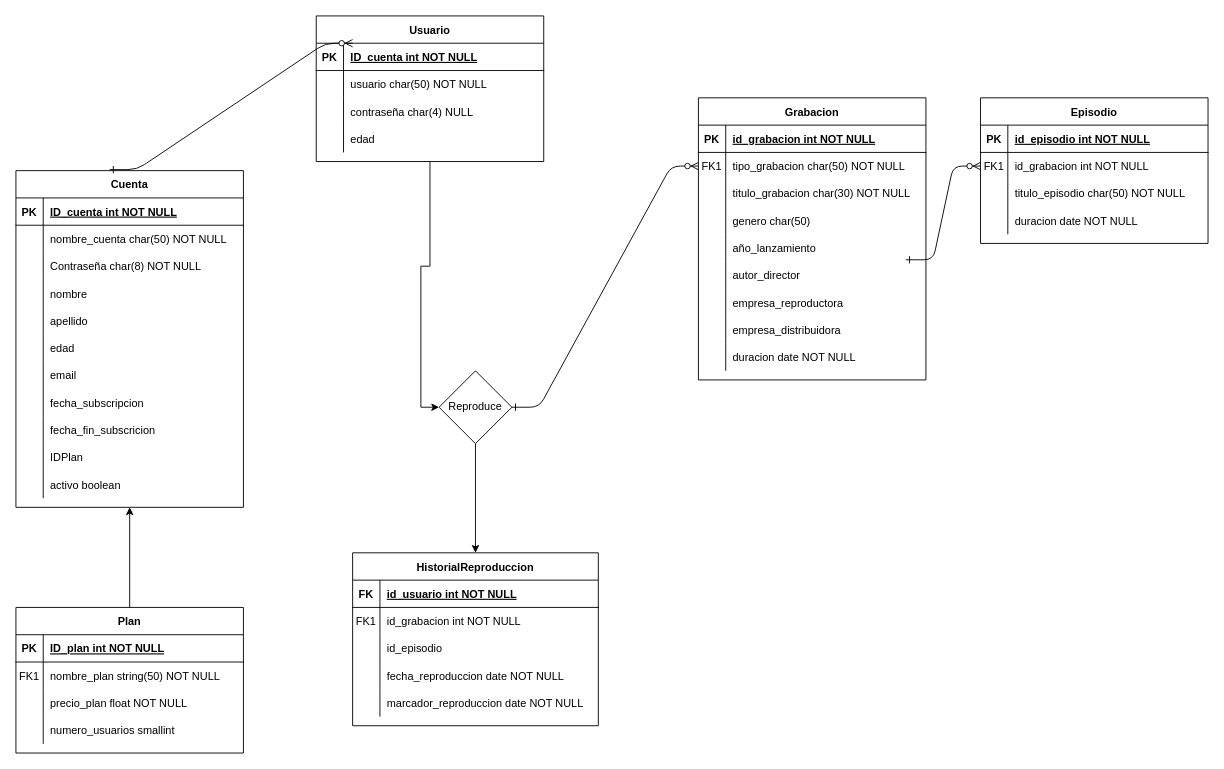
Earlier version of the draw.io diagram page "BS_STREEM" (1 of 2) of Untitled Diagram.drawio (IvanaCandyAguilar/SQL-Development). Source tidied: cells renumbered, new cells numbered last; positions are measured from the earlier drawing's top-left corner, leaving out a move shared by most shapes. Both pictures are drawn from the tidied source at 91%, with x=0, y=0 at pixel (15, 15).
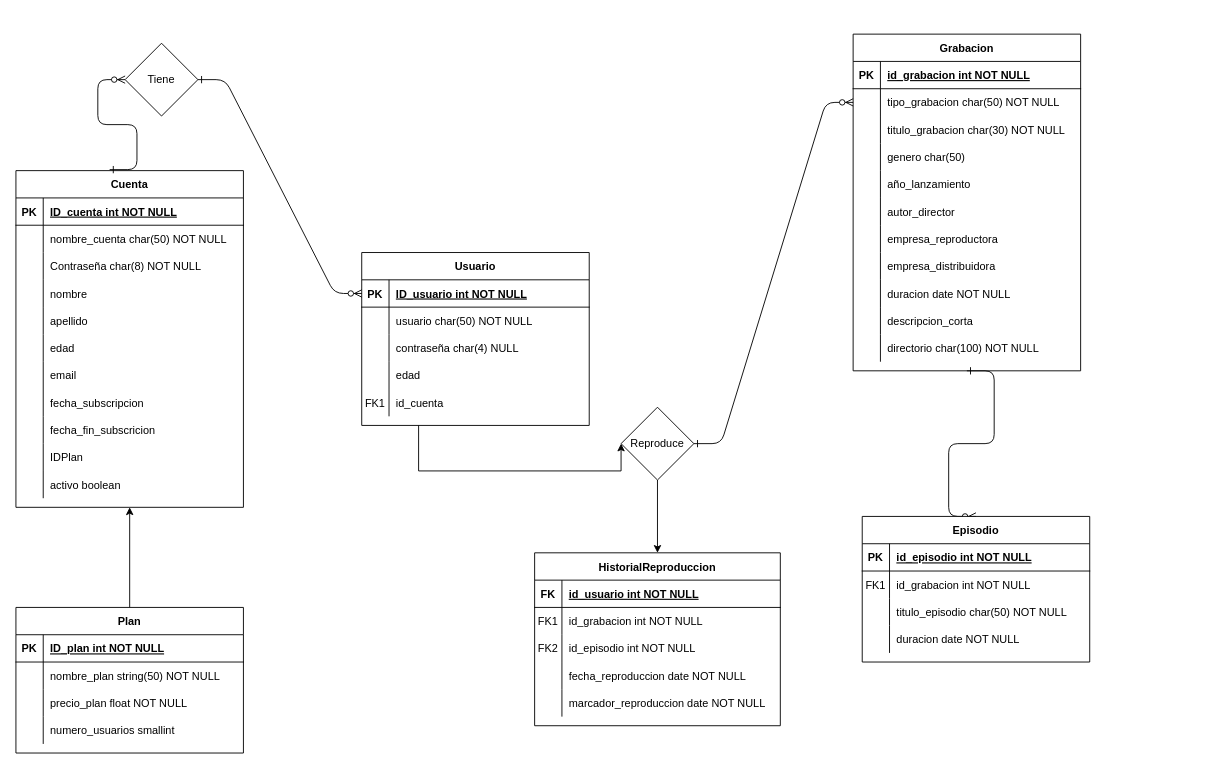
The same page after the edit.

The change refers to these unchanged cells:
```xml
<mxCell id="8" style="shape=partialRectangle;fillColor=none;points=[[0,0.5],[1,0.5]];portConstraint=eastwest;top=0;left=0;right=0;bottom=0;" parent="4" vertex="1">
  <mxGeometry y="60" width="250" height="30" as="geometry" />
</mxCell>
<mxCell id="17" value="Cuenta" style="shape=table;startSize=30;childLayout=tableLayout;rowLines=0;fontStyle=1;align=center;" parent="1" vertex="1">
  <mxGeometry y="170" width="250" height="370" as="geometry" />
</mxCell>
<mxCell id="56" style="shape=partialRectangle;fillColor=none;top=0;left=0;right=0;bottom=0;" parent="52" vertex="1">
  <mxGeometry y="60" width="250" height="30" as="geometry" />
</mxCell>
<mxCell id="75" style="shape=partialRectangle;fillColor=none;top=0;left=0;right=0;bottom=0;" parent="68" vertex="1">
  <mxGeometry y="90" width="270" height="30" as="geometry" />
</mxCell>
<mxCell id="88" style="shape=partialRectangle;fillColor=none;points=[[0,0.5],[1,0.5]];portConstraint=eastwest;top=0;left=0;right=0;bottom=0;" parent="84" vertex="1">
  <mxGeometry y="60" width="250" height="30" as="geometry" />
</mxCell>
<mxCell id="100" style="shape=partialRectangle;fillColor=none;points=[[0,0.5],[1,0.5]];portConstraint=eastwest;top=0;left=0;right=0;bottom=0;" parent="84" vertex="1">
  <mxGeometry y="180" width="250" height="30" as="geometry" />
</mxCell>
<mxCell id="113" style="shape=partialRectangle;fillColor=none;points=[[0,0.5],[1,0.5]];portConstraint=eastwest;top=0;left=0;right=0;bottom=1;" parent="112" vertex="1">
  <mxGeometry y="30" width="250" height="30" as="geometry" />
</mxCell>
```

The edit, as a diff of the source:
```diff
@@
-    <mxCell id="3" style="edgeStyle=entityRelationEdgeStyle;endArrow=ERzeroToMany;startArrow=ERone;endFill=1;startFill=0;exitX=0.912;exitY=-0.067;exitDx=0;exitDy=0;exitPerimeter=0;entryX=0;entryY=0.5;entryDx=0;entryDy=0;" parent="1" edge="1" source="100" target="8">
+    <mxCell id="3" style="edgeStyle=entityRelationEdgeStyle;endArrow=ERzeroToMany;startArrow=ERone;endFill=1;startFill=0;exitX=0.5;exitY=1;exitDx=0;exitDy=0;entryX=0.5;entryY=0;entryDx=0;entryDy=0;" parent="1" edge="1" source="84" target="4">
       <mxGeometry relative="1" as="geometry" />
     </mxCell>
     <mxCell id="4" value="Episodio" style="shape=table;startSize=30;childLayout=tableLayout;rowLines=0;fontStyle=1;align=center;" parent="1" vertex="1">
-      <mxGeometry x="1060" y="90" width="250" height="160" as="geometry" />
+      <mxGeometry x="930" y="550" width="250" height="160" as="geometry" />
     </mxCell>
@@
-    <mxCell id="57" value="FK1" style="shape=partialRectangle;overflow=hidden;fillColor=none;top=0;left=0;bottom=0;right=0;" parent="56" vertex="1">
+    <mxCell id="57" style="shape=partialRectangle;overflow=hidden;fillColor=none;top=0;left=0;bottom=0;right=0;" parent="56" vertex="1">
       <mxGeometry width="30" height="30" as="geometry" />
     </mxCell>
@@
     <mxCell id="66" value="Reproduce" style="rhombus;whiteSpace=wrap;html=1;" parent="1" vertex="1">
-      <mxGeometry x="465" y="390" width="80" height="80" as="geometry" />
+      <mxGeometry x="665" y="430" width="80" height="80" as="geometry" />
     </mxCell>
-    <mxCell id="67" style="edgeStyle=orthogonalEdgeStyle;rounded=0;jettySize=auto;html=1;entryX=0;entryY=0.5;entryDx=0;entryDy=0;exitX=0.5;exitY=1;exitDx=0;exitDy=0;" parent="1" edge="1" source="112" target="66">
-      <mxGeometry relative="1" as="geometry" />
+    <mxCell id="67" style="edgeStyle=orthogonalEdgeStyle;rounded=0;jettySize=auto;html=1;entryX=0;entryY=0.5;entryDx=0;entryDy=0;exitX=0.25;exitY=1;exitDx=0;exitDy=0;" parent="1" edge="1" source="112" target="66">
+      <mxGeometry relative="1" as="geometry">
+        <Array as="points">
+          <mxPoint x="443" y="500" />
+          <mxPoint x="665" y="500" />
+        </Array>
+      </mxGeometry>
     </mxCell>
     <mxCell id="68" value="HistorialReproduccion" style="shape=table;startSize=30;childLayout=tableLayout;rowLines=0;fontStyle=1;align=center;" parent="1" vertex="1">
-      <mxGeometry x="370" y="590" width="270" height="190" as="geometry" />
+      <mxGeometry x="570" y="590" width="270" height="190" as="geometry" />
     </mxCell>
@@
-    <mxCell id="76" style="shape=partialRectangle;overflow=hidden;fillColor=none;top=0;left=0;bottom=0;right=0;" parent="75" vertex="1">
+    <mxCell id="76" value="FK2" style="shape=partialRectangle;overflow=hidden;fillColor=none;top=0;left=0;bottom=0;right=0;" parent="75" vertex="1">
       <mxGeometry width="30" height="30" as="geometry" />
     </mxCell>
-    <mxCell id="77" value="id_episodio" style="shape=partialRectangle;overflow=hidden;fillColor=none;top=0;left=0;bottom=0;right=0;align=left;spacingLeft=6;" parent="75" vertex="1">
+    <mxCell id="77" value="id_episodio int NOT NULL" style="shape=partialRectangle;overflow=hidden;fillColor=none;top=0;left=0;bottom=0;right=0;align=left;spacingLeft=6;" parent="75" vertex="1">
       <mxGeometry x="30" width="240" height="30" as="geometry" />
     </mxCell>
@@
     <mxCell id="84" value="Grabacion" style="shape=table;startSize=30;childLayout=tableLayout;rowLines=0;fontStyle=1;align=center;" parent="1" vertex="1">
-      <mxGeometry x="750" y="90" width="250" height="310" as="geometry" />
+      <mxGeometry x="920" y="20" width="250" height="370" as="geometry" />
     </mxCell>
@@
-    <mxCell id="89" value="FK1" style="shape=partialRectangle;overflow=hidden;fillColor=none;top=0;left=0;bottom=0;right=0;" parent="88" vertex="1">
+    <mxCell id="89" style="shape=partialRectangle;overflow=hidden;fillColor=none;top=0;left=0;bottom=0;right=0;" parent="88" vertex="1">
       <mxGeometry width="30" height="30" as="geometry" />
     </mxCell>
@@
+    <mxCell id="126" style="shape=partialRectangle;fillColor=none;top=0;left=0;right=0;bottom=0;" parent="84" vertex="1">
+      <mxGeometry y="300" width="250" height="30" as="geometry" />
+    </mxCell>
+    <mxCell id="127" style="shape=partialRectangle;overflow=hidden;fillColor=none;top=0;left=0;bottom=0;right=0;" parent="126" vertex="1">
+      <mxGeometry width="30" height="30" as="geometry" />
+    </mxCell>
+    <mxCell id="128" value="descripcion_corta" style="shape=partialRectangle;overflow=hidden;fillColor=none;top=0;left=0;bottom=0;right=0;align=left;spacingLeft=6;" parent="126" vertex="1">
+      <mxGeometry x="30" width="220" height="30" as="geometry" />
+    </mxCell>
+    <mxCell id="129" style="shape=partialRectangle;fillColor=none;top=0;left=0;right=0;bottom=0;" parent="84" vertex="1">
+      <mxGeometry y="330" width="250" height="30" as="geometry" />
+    </mxCell>
+    <mxCell id="130" style="shape=partialRectangle;overflow=hidden;fillColor=none;top=0;left=0;bottom=0;right=0;" parent="129" vertex="1">
+      <mxGeometry width="30" height="30" as="geometry" />
+    </mxCell>
+    <mxCell id="131" value="directorio char(100) NOT NULL" style="shape=partialRectangle;overflow=hidden;fillColor=none;top=0;left=0;bottom=0;right=0;align=left;spacingLeft=6;" parent="129" vertex="1">
+      <mxGeometry x="30" width="220" height="30" as="geometry" />
+    </mxCell>
     <mxCell id="112" value="Usuario" style="shape=table;startSize=30;childLayout=tableLayout;rowLines=0;fontStyle=1;align=center;" parent="1" vertex="1">
-      <mxGeometry x="330" width="250" height="160" as="geometry" />
+      <mxGeometry x="380" y="260" width="250" height="190" as="geometry" />
     </mxCell>
@@
-    <mxCell id="115" value="ID_cuenta int NOT NULL " style="shape=partialRectangle;overflow=hidden;fillColor=none;top=0;left=0;bottom=0;right=0;align=left;spacingLeft=6;fontStyle=5;" parent="113" vertex="1">
+    <mxCell id="115" value="ID_usuario int NOT NULL " style="shape=partialRectangle;overflow=hidden;fillColor=none;top=0;left=0;bottom=0;right=0;align=left;spacingLeft=6;fontStyle=5;" parent="113" vertex="1">
       <mxGeometry x="30" width="220" height="30" as="geometry" />
     </mxCell>
@@
+    <mxCell id="132" style="shape=partialRectangle;fillColor=none;top=0;left=0;right=0;bottom=0;" parent="112" vertex="1">
+      <mxGeometry y="150" width="250" height="30" as="geometry" />
+    </mxCell>
+    <mxCell id="133" value="FK1" style="shape=partialRectangle;overflow=hidden;fillColor=none;top=0;left=0;bottom=0;right=0;" parent="132" vertex="1">
+      <mxGeometry width="30" height="30" as="geometry" />
+    </mxCell>
+    <mxCell id="134" value="id_cuenta" style="shape=partialRectangle;overflow=hidden;fillColor=none;top=0;left=0;bottom=0;right=0;align=left;spacingLeft=6;" parent="132" vertex="1">
+      <mxGeometry x="30" width="220" height="30" as="geometry" />
+    </mxCell>
-    <mxCell id="125" style="edgeStyle=entityRelationEdgeStyle;endArrow=ERzeroToMany;startArrow=ERone;endFill=1;startFill=0;exitX=0.412;exitY=-0.003;exitDx=0;exitDy=0;exitPerimeter=0;" parent="1" edge="1" source="17">
-      <mxGeometry relative="1" as="geometry">
-        <mxPoint x="370" y="30" as="targetPoint" />
-      </mxGeometry>
+    <mxCell id="125" style="edgeStyle=entityRelationEdgeStyle;endArrow=ERzeroToMany;startArrow=ERone;endFill=1;startFill=0;exitX=0.412;exitY=-0.003;exitDx=0;exitDy=0;exitPerimeter=0;" parent="1" edge="1" source="17" target="135">
+      <mxGeometry relative="1" as="geometry" />
     </mxCell>
+    <mxCell id="135" value="Tiene" style="rhombus;whiteSpace=wrap;html=1;" parent="1" vertex="1">
+      <mxGeometry x="120" y="30" width="80" height="80" as="geometry" />
+    </mxCell>
+    <mxCell id="136" style="edgeStyle=entityRelationEdgeStyle;endArrow=ERzeroToMany;startArrow=ERone;endFill=1;startFill=0;exitX=1;exitY=0.5;exitDx=0;exitDy=0;" parent="1" edge="1" source="135" target="113">
+      <mxGeometry relative="1" as="geometry" />
+    </mxCell>
```
